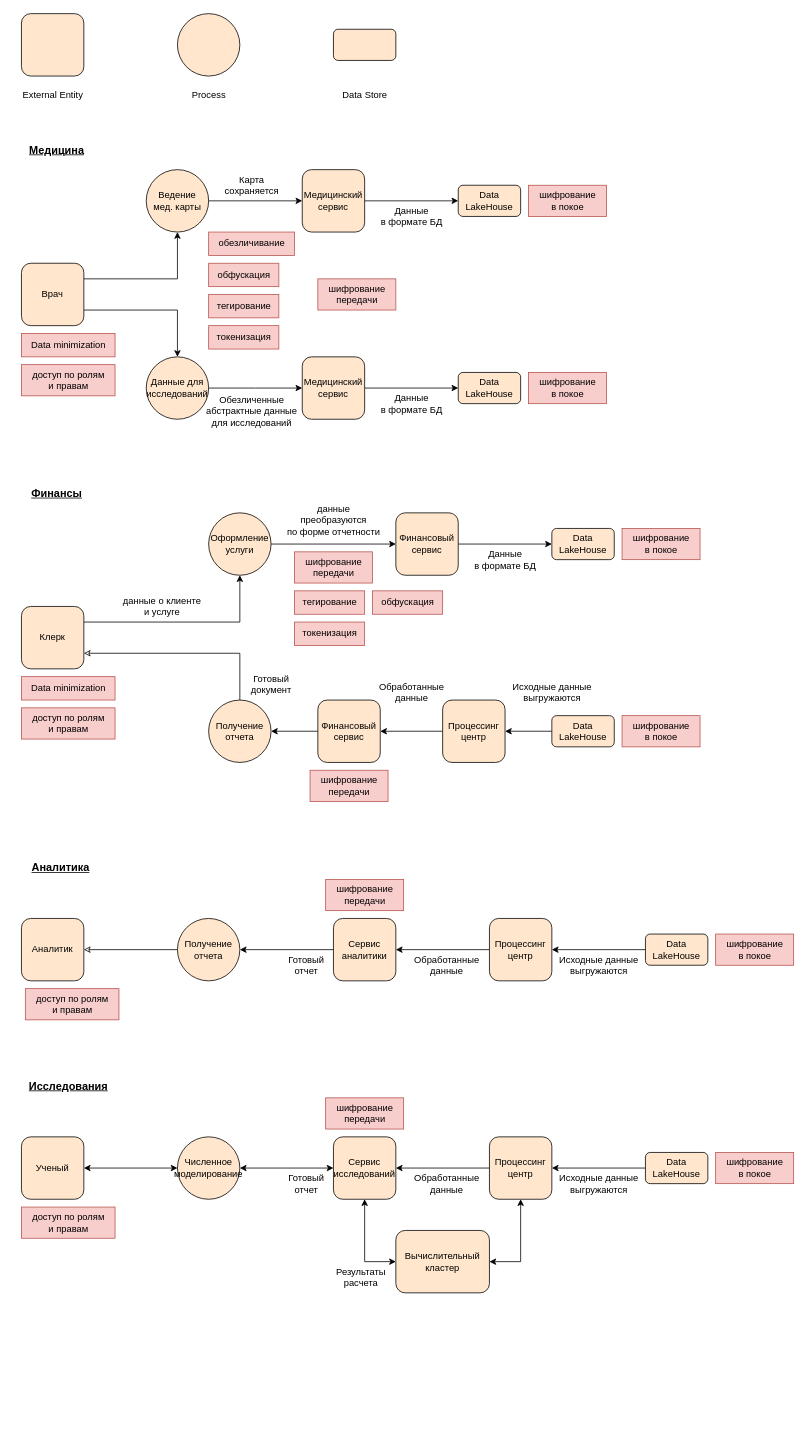
Before: Task2/DFD.drawio in Boropwnz/architecture-future_2_0, a draw.io diagram. Source tidied: cells renumbered, new cells numbered last; positions are measured from the earlier drawing's top-left corner, leaving out a move shared by most shapes. Both pictures are drawn from the tidied source at 78%, with x=0, y=0 at pixel (13, 13).
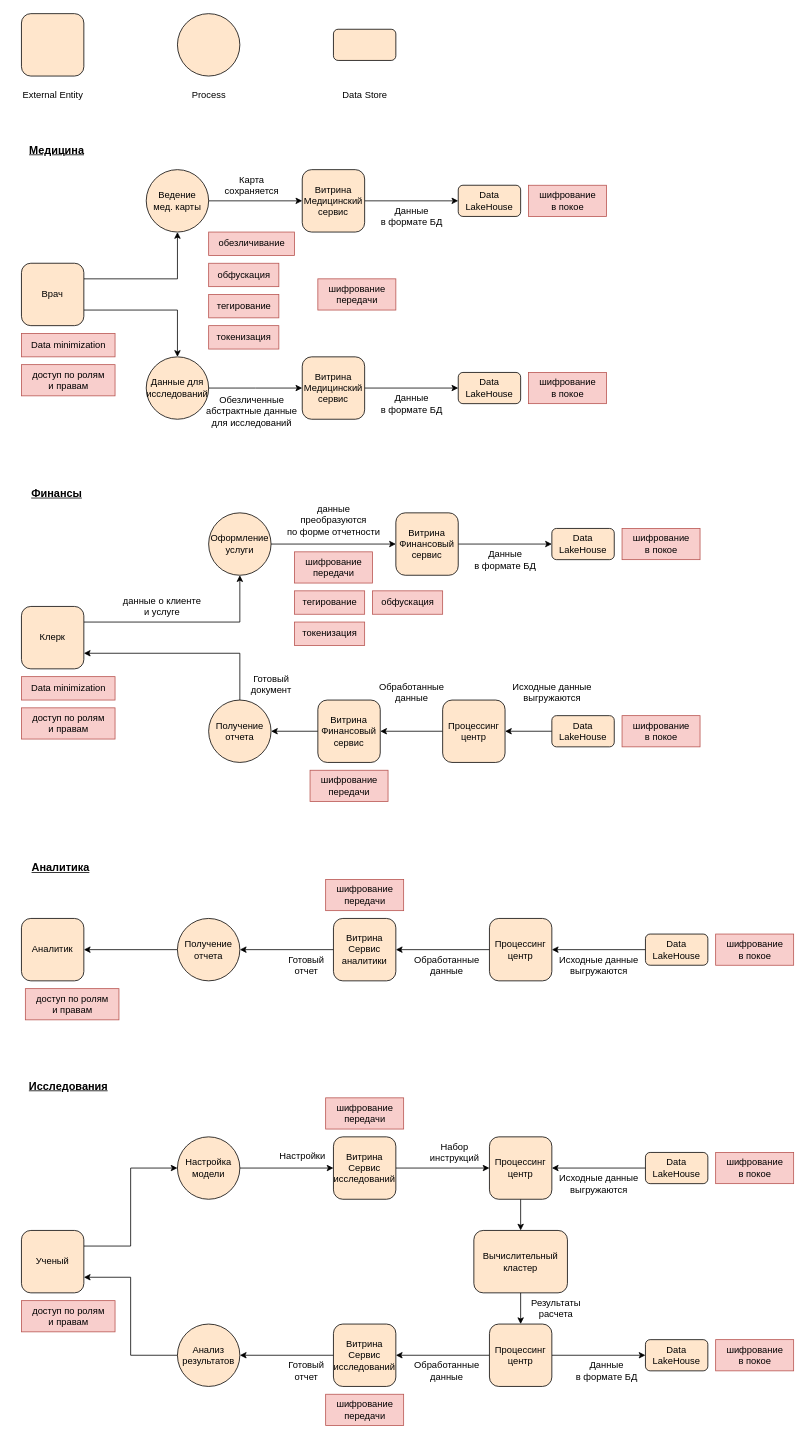
After the change.

The change refers to these unchanged cells:
```xml
<mxCell id="10" value="Клерк" style="rounded=1;whiteSpace=wrap;html=1;fillColor=#ffe6cc;strokeColor=#000000;" parent="1" vertex="1">
  <mxGeometry x="10" y="760" width="80" height="80" as="geometry" />
</mxCell>
<mxCell id="45" value="Получение&lt;div&gt;отчета&lt;/div&gt;" style="ellipse;whiteSpace=wrap;html=1;fillColor=#ffe6cc;strokeColor=#000000;" parent="1" vertex="1">
  <mxGeometry x="250" y="880" width="80" height="80" as="geometry" />
</mxCell>
<mxCell id="67" value="Аналитик" style="rounded=1;whiteSpace=wrap;html=1;fillColor=#ffe6cc;strokeColor=#000000;" parent="1" vertex="1">
  <mxGeometry x="10" y="1160" width="80" height="80" as="geometry" />
</mxCell>
<mxCell id="71" value="Получение&lt;div&gt;отчета&lt;/div&gt;" style="ellipse;whiteSpace=wrap;html=1;fillColor=#ffe6cc;strokeColor=#000000;" parent="1" vertex="1">
  <mxGeometry x="210" y="1160" width="80" height="80" as="geometry" />
</mxCell>
<mxCell id="94" value="Процессинг&lt;div&gt;центр&lt;/div&gt;" style="rounded=1;whiteSpace=wrap;html=1;fillColor=#ffe6cc;strokeColor=#000000;" parent="1" vertex="1">
  <mxGeometry x="610" y="1440" width="80" height="80" as="geometry" />
</mxCell>
```

What changed in the source:
```diff
@@
-    <mxCell id="9" style="edgeStyle=orthogonalEdgeStyle;rounded=0;jettySize=auto;html=1;exitX=1;exitY=0.75;exitDx=0;exitDy=0;startArrow=classic;startFill=0;endArrow=none;" parent="1" edge="1" source="10" target="45">
-      <mxGeometry relative="1" as="geometry" />
-    </mxCell>
@@
-    <mxCell id="16" value="Финансовый&lt;div&gt;сервис&lt;/div&gt;" style="rounded=1;whiteSpace=wrap;html=1;fillColor=#ffe6cc;strokeColor=#000000;" parent="1" vertex="1">
+    <mxCell id="16" value="Витрина&lt;div&gt;Финансовый&lt;div&gt;сервис&lt;/div&gt;&lt;/div&gt;" style="rounded=1;whiteSpace=wrap;html=1;fillColor=#ffe6cc;strokeColor=#000000;" parent="1" vertex="1">
       <mxGeometry x="490" y="640" width="80" height="80" as="geometry" />
     </mxCell>
@@
+    <mxCell id="102" style="edgeStyle=orthogonalEdgeStyle;rounded=0;jettySize=auto;html=1;exitX=0.5;exitY=0;exitDx=0;exitDy=0;entryX=1;entryY=0.75;entryDx=0;entryDy=0;" parent="1" edge="1" source="45" target="10">
+      <mxGeometry relative="1" as="geometry" />
+    </mxCell>
@@
-    <mxCell id="47" value="Финансовый&lt;div&gt;сервис&lt;/div&gt;" style="rounded=1;whiteSpace=wrap;html=1;fillColor=#ffe6cc;strokeColor=#000000;" parent="1" vertex="1">
+    <mxCell id="47" value="Витрина&lt;div&gt;Финансовый&lt;div&gt;сервис&lt;/div&gt;&lt;/div&gt;" style="rounded=1;whiteSpace=wrap;html=1;fillColor=#ffe6cc;strokeColor=#000000;" parent="1" vertex="1">
       <mxGeometry x="390" y="880" width="80" height="80" as="geometry" />
     </mxCell>
@@
-    <mxCell id="60" value="Медицинский&lt;div&gt;сервис&lt;/div&gt;" style="rounded=1;whiteSpace=wrap;html=1;fillColor=#ffe6cc;strokeColor=#000000;" parent="1" vertex="1">
+    <mxCell id="60" value="Витрина&lt;div&gt;Медицинский&lt;div&gt;сервис&lt;/div&gt;&lt;/div&gt;" style="rounded=1;whiteSpace=wrap;html=1;fillColor=#ffe6cc;strokeColor=#000000;" parent="1" vertex="1">
       <mxGeometry x="370" y="440" width="80" height="80" as="geometry" />
     </mxCell>
@@
-    <mxCell id="62" value="Медицинский&lt;div&gt;сервис&lt;/div&gt;" style="rounded=1;whiteSpace=wrap;html=1;fillColor=#ffe6cc;strokeColor=#000000;" parent="1" vertex="1">
+    <mxCell id="62" value="Витрина&lt;div&gt;Медицинский&lt;div&gt;сервис&lt;/div&gt;&lt;/div&gt;" style="rounded=1;whiteSpace=wrap;html=1;fillColor=#ffe6cc;strokeColor=#000000;" parent="1" vertex="1">
       <mxGeometry x="370" y="200" width="80" height="80" as="geometry" />
     </mxCell>
@@
-    <mxCell id="66" style="edgeStyle=orthogonalEdgeStyle;rounded=0;jettySize=auto;html=1;exitX=1;exitY=0.5;exitDx=0;exitDy=0;startArrow=classic;startFill=0;endArrow=none;" parent="1" edge="1" source="67" target="71">
-      <mxGeometry relative="1" as="geometry" />
-    </mxCell>
@@
+    <mxCell id="103" style="edgeStyle=orthogonalEdgeStyle;rounded=0;jettySize=auto;html=1;entryX=1;entryY=0.5;entryDx=0;entryDy=0;" parent="1" edge="1" source="71" target="67">
+      <mxGeometry relative="1" as="geometry" />
+    </mxCell>
@@
-    <mxCell id="73" value="Сервис&lt;div&gt;аналитики&lt;/div&gt;" style="rounded=1;whiteSpace=wrap;html=1;fillColor=#ffe6cc;strokeColor=#000000;" parent="1" vertex="1">
+    <mxCell id="73" value="Витрина&lt;div&gt;Сервис&lt;div&gt;аналитики&lt;/div&gt;&lt;/div&gt;" style="rounded=1;whiteSpace=wrap;html=1;fillColor=#ffe6cc;strokeColor=#000000;" parent="1" vertex="1">
       <mxGeometry x="410" y="1160" width="80" height="80" as="geometry" />
     </mxCell>
@@
-    <mxCell id="82" style="edgeStyle=orthogonalEdgeStyle;rounded=0;jettySize=auto;html=1;entryX=0;entryY=0.5;entryDx=0;entryDy=0;startArrow=classic;startFill=1;" parent="1" edge="1" source="83" target="88">
+    <mxCell id="82" style="edgeStyle=orthogonalEdgeStyle;rounded=0;jettySize=auto;html=1;exitX=1;exitY=0.25;exitDx=0;exitDy=0;entryX=0;entryY=0.5;entryDx=0;entryDy=0;" parent="1" edge="1" source="83" target="88">
       <mxGeometry relative="1" as="geometry" />
     </mxCell>
     <mxCell id="83" value="Ученый" style="rounded=1;whiteSpace=wrap;html=1;fillColor=#ffe6cc;strokeColor=#000000;" parent="1" vertex="1">
-      <mxGeometry x="10" y="1440" width="80" height="80" as="geometry" />
+      <mxGeometry x="10" y="1560" width="80" height="80" as="geometry" />
     </mxCell>
@@
     <mxCell id="86" value="доступ по ролям&lt;div&gt;и правам&lt;/div&gt;" style="text;html=1;align=center;verticalAlign=middle;strokeColor=#b85450;fillColor=#f8cecc;" parent="1" vertex="1">
-      <mxGeometry x="10" y="1530" width="120" height="40" as="geometry" />
+      <mxGeometry x="10" y="1650" width="120" height="40" as="geometry" />
     </mxCell>
-    <mxCell id="87" style="edgeStyle=orthogonalEdgeStyle;rounded=0;jettySize=auto;html=1;entryX=0;entryY=0.5;entryDx=0;entryDy=0;startArrow=classic;startFill=1;" parent="1" edge="1" source="88" target="89">
+    <mxCell id="87" style="edgeStyle=orthogonalEdgeStyle;rounded=0;jettySize=auto;html=1;exitX=1;exitY=0.5;exitDx=0;exitDy=0;entryX=0;entryY=0.5;entryDx=0;entryDy=0;" parent="1" edge="1" source="88" target="89">
       <mxGeometry relative="1" as="geometry" />
     </mxCell>
-    <mxCell id="88" value="Численное&lt;div&gt;моделирование&lt;/div&gt;" style="ellipse;whiteSpace=wrap;html=1;fillColor=#ffe6cc;strokeColor=#000000;" parent="1" vertex="1">
+    <mxCell id="88" value="Настройка&lt;div&gt;модели&lt;/div&gt;" style="ellipse;whiteSpace=wrap;html=1;fillColor=#ffe6cc;strokeColor=#000000;" parent="1" vertex="1">
       <mxGeometry x="210" y="1440" width="80" height="80" as="geometry" />
     </mxCell>
+    <mxCell id="104" style="edgeStyle=orthogonalEdgeStyle;rounded=0;jettySize=auto;html=1;entryX=0;entryY=0.5;entryDx=0;entryDy=0;" parent="1" edge="1" source="89" target="94">
+      <mxGeometry relative="1" as="geometry" />
+    </mxCell>
-    <mxCell id="89" value="Сервис&lt;div&gt;исследований&lt;/div&gt;" style="rounded=1;whiteSpace=wrap;html=1;fillColor=#ffe6cc;strokeColor=#000000;" parent="1" vertex="1">
+    <mxCell id="89" value="Витрина&lt;div&gt;Сервис&lt;div&gt;исследований&lt;/div&gt;&lt;/div&gt;" style="rounded=1;whiteSpace=wrap;html=1;fillColor=#ffe6cc;strokeColor=#000000;" parent="1" vertex="1">
       <mxGeometry x="410" y="1440" width="80" height="80" as="geometry" />
     </mxCell>
@@
-    <mxCell id="92" style="edgeStyle=orthogonalEdgeStyle;rounded=0;jettySize=auto;html=1;exitX=0.5;exitY=1;exitDx=0;exitDy=0;entryX=1;entryY=0.5;entryDx=0;entryDy=0;startArrow=classic;startFill=1;" parent="1" edge="1" source="94" target="98">
+    <mxCell id="92" style="edgeStyle=orthogonalEdgeStyle;rounded=0;jettySize=auto;html=1;entryX=0.5;entryY=0;entryDx=0;entryDy=0;" parent="1" edge="1" source="94" target="98">
       <mxGeometry relative="1" as="geometry" />
     </mxCell>
-    <mxCell id="93" style="edgeStyle=orthogonalEdgeStyle;rounded=0;jettySize=auto;html=1;entryX=1;entryY=0.5;entryDx=0;entryDy=0;" parent="1" edge="1" source="94" target="89">
-      <mxGeometry relative="1" as="geometry" />
-    </mxCell>
@@
-    <mxCell id="97" style="edgeStyle=orthogonalEdgeStyle;rounded=0;jettySize=auto;html=1;exitX=0;exitY=0.5;exitDx=0;exitDy=0;entryX=0.5;entryY=1;entryDx=0;entryDy=0;startArrow=classic;startFill=1;" parent="1" edge="1" source="98" target="89">
-      <mxGeometry relative="1" as="geometry" />
-    </mxCell>
+    <mxCell id="105" style="edgeStyle=orthogonalEdgeStyle;rounded=0;jettySize=auto;html=1;entryX=0.5;entryY=0;entryDx=0;entryDy=0;" parent="1" edge="1" source="98" target="112">
+      <mxGeometry relative="1" as="geometry" />
+    </mxCell>
     <mxCell id="98" value="Вычислительный&lt;div&gt;кластер&lt;/div&gt;" style="rounded=1;whiteSpace=wrap;html=1;fillColor=#ffe6cc;strokeColor=#000000;" parent="1" vertex="1">
-      <mxGeometry x="490" y="1560" width="120" height="80" as="geometry" />
+      <mxGeometry x="590" y="1560" width="120" height="80" as="geometry" />
     </mxCell>
     <mxCell id="99" value="Обработанные&lt;div&gt;данные&lt;/div&gt;" style="text;html=1;align=center;verticalAlign=middle;strokeColor=none;fillColor=none;" parent="1" vertex="1">
-      <mxGeometry x="500" y="1480" width="110" height="40" as="geometry" />
+      <mxGeometry x="500" y="1720" width="110" height="40" as="geometry" />
     </mxCell>
     <mxCell id="100" value="Результаты&lt;div&gt;расчета&lt;/div&gt;" style="text;html=1;align=center;verticalAlign=middle;strokeColor=none;fillColor=none;" parent="1" vertex="1">
-      <mxGeometry x="400" y="1600" width="90" height="40" as="geometry" />
+      <mxGeometry x="650" y="1640" width="90" height="40" as="geometry" />
     </mxCell>
     <mxCell id="101" value="Готовый&lt;div&gt;отчет&lt;/div&gt;" style="text;html=1;align=center;verticalAlign=middle;strokeColor=none;fillColor=none;" parent="1" vertex="1">
-      <mxGeometry x="340" y="1480" width="70" height="40" as="geometry" />
+      <mxGeometry x="340" y="1720" width="70" height="40" as="geometry" />
     </mxCell>
+    <mxCell id="106" style="edgeStyle=orthogonalEdgeStyle;rounded=0;jettySize=auto;html=1;exitX=0;exitY=0.5;exitDx=0;exitDy=0;entryX=1;entryY=0.75;entryDx=0;entryDy=0;" parent="1" edge="1" source="107" target="83">
+      <mxGeometry relative="1" as="geometry" />
+    </mxCell>
+    <mxCell id="107" value="Анализ&lt;div&gt;результатов&lt;/div&gt;" style="ellipse;whiteSpace=wrap;html=1;fillColor=#ffe6cc;strokeColor=#000000;" parent="1" vertex="1">
+      <mxGeometry x="210" y="1680" width="80" height="80" as="geometry" />
+    </mxCell>
+    <mxCell id="108" style="edgeStyle=orthogonalEdgeStyle;rounded=0;jettySize=auto;html=1;entryX=1;entryY=0.5;entryDx=0;entryDy=0;" parent="1" edge="1" source="109" target="107">
+      <mxGeometry relative="1" as="geometry" />
+    </mxCell>
+    <mxCell id="109" value="Витрина&lt;div&gt;Сервис&lt;div&gt;исследований&lt;/div&gt;&lt;/div&gt;" style="rounded=1;whiteSpace=wrap;html=1;fillColor=#ffe6cc;strokeColor=#000000;" parent="1" vertex="1">
+      <mxGeometry x="410" y="1680" width="80" height="80" as="geometry" />
+    </mxCell>
+    <mxCell id="110" style="edgeStyle=orthogonalEdgeStyle;rounded=0;jettySize=auto;html=1;entryX=1;entryY=0.5;entryDx=0;entryDy=0;" parent="1" edge="1" source="112" target="109">
+      <mxGeometry relative="1" as="geometry" />
+    </mxCell>
+    <mxCell id="111" style="edgeStyle=orthogonalEdgeStyle;rounded=0;jettySize=auto;html=1;entryX=0;entryY=0.5;entryDx=0;entryDy=0;" parent="1" edge="1" source="112" target="115">
+      <mxGeometry relative="1" as="geometry" />
+    </mxCell>
+    <mxCell id="112" value="Процессинг&lt;div&gt;центр&lt;/div&gt;" style="rounded=1;whiteSpace=wrap;html=1;fillColor=#ffe6cc;strokeColor=#000000;" parent="1" vertex="1">
+      <mxGeometry x="610" y="1680" width="80" height="80" as="geometry" />
+    </mxCell>
+    <mxCell id="113" value="Настройки" style="text;html=1;align=center;verticalAlign=middle;strokeColor=none;fillColor=none;" parent="1" vertex="1">
+      <mxGeometry x="330" y="1450" width="80" height="30" as="geometry" />
+    </mxCell>
+    <mxCell id="114" value="Набор&lt;div&gt;инструкций&lt;/div&gt;" style="text;html=1;align=center;verticalAlign=middle;strokeColor=none;fillColor=none;" parent="1" vertex="1">
+      <mxGeometry x="520" y="1440" width="90" height="40" as="geometry" />
+    </mxCell>
+    <mxCell id="115" value="Data&lt;div&gt;LakeHouse&lt;/div&gt;" style="rounded=1;whiteSpace=wrap;html=1;fillColor=#ffe6cc;strokeColor=#000000;" parent="1" vertex="1">
+      <mxGeometry x="810" y="1700" width="80" height="40" as="geometry" />
+    </mxCell>
+    <mxCell id="116" value="шифрование&lt;div&gt;в покое&lt;/div&gt;" style="text;html=1;align=center;verticalAlign=middle;strokeColor=#b85450;fillColor=#f8cecc;" parent="1" vertex="1">
+      <mxGeometry x="900" y="1700" width="100" height="40" as="geometry" />
+    </mxCell>
+    <mxCell id="117" value="шифрование&lt;div&gt;передачи&lt;/div&gt;" style="text;html=1;align=center;verticalAlign=middle;strokeColor=#b85450;fillColor=#f8cecc;" parent="1" vertex="1">
+      <mxGeometry x="400" y="1770" width="100" height="40" as="geometry" />
+    </mxCell>
+    <mxCell id="118" value="Данные&lt;div&gt;в формате БД&lt;/div&gt;" style="text;html=1;align=center;verticalAlign=middle;strokeColor=none;fillColor=none;" parent="1" vertex="1">
+      <mxGeometry x="710" y="1720" width="100" height="40" as="geometry" />
+    </mxCell>
```
